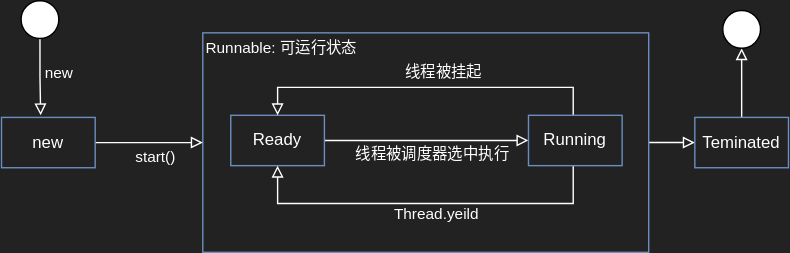
Before: drawio/ThreadState.svg, a diagram exported from draw.io (Stolorzs/Picgo). Source tidied: cells renumbered, new cells last; positions are measured from the earlier drawing's top-left corner, leaving out a move shared by most shapes.
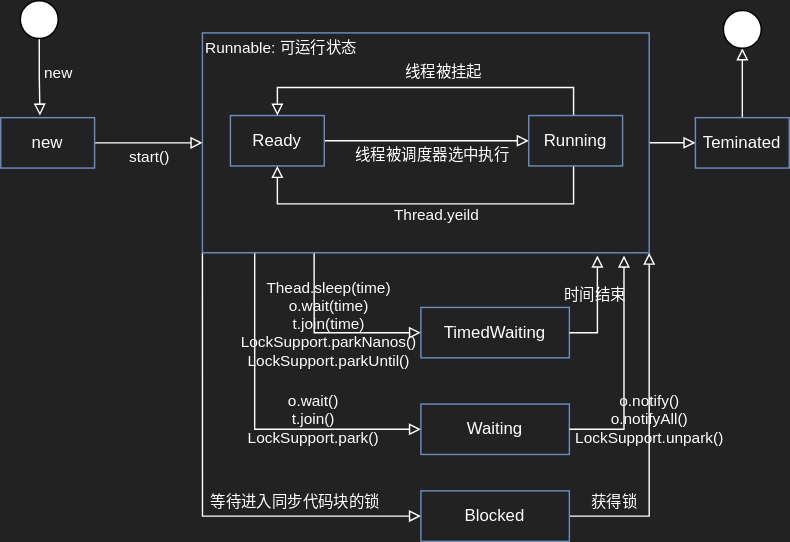
The same diagram one commit later.

Diff of the diagram source:
```diff
@@ -5,6 +5,38 @@
     <mxCell id="2" style="edgeStyle=orthogonalEdgeStyle;shape=connector;rounded=0;jettySize=auto;html=1;strokeColor=#FFFFFF;align=center;verticalAlign=middle;fontFamily=Helvetica;fontSize=11;fontColor=#FFFFFF;labelBackgroundColor=none;endArrow=block;endFill=0;" parent="1" edge="1" source="3" target="19">
       <mxGeometry relative="1" as="geometry" />
     </mxCell>
+    <mxCell id="22" style="edgeStyle=orthogonalEdgeStyle;shape=connector;rounded=0;jettySize=auto;html=1;exitX=0.25;exitY=1;exitDx=0;exitDy=0;strokeColor=#FFFFFF;align=center;verticalAlign=middle;fontFamily=Helvetica;fontSize=11;fontColor=#FFFFFF;labelBackgroundColor=none;endArrow=block;endFill=0;" parent="1" edge="1" source="3" target="28">
+      <mxGeometry relative="1" as="geometry">
+        <Array as="points">
+          <mxPoint x="224" y="237" />
+        </Array>
+      </mxGeometry>
+    </mxCell>
+    <mxCell id="23" value="Thead.sleep(time)&lt;div&gt;o.wait(time)&lt;/div&gt;&lt;div&gt;t.join(time)&lt;/div&gt;&lt;div&gt;LockSupport.parkNanos()&lt;/div&gt;&lt;div&gt;LockSupport.parkUntil()&lt;/div&gt;" style="edgeLabel;html=1;align=center;verticalAlign=middle;fontFamily=Helvetica;fontSize=11;fontColor=#FFFFFF;labelBackgroundColor=none;fillColor=none;gradientColor=none;" parent="22" vertex="1">
+      <mxGeometry x="0.18" relative="1" as="geometry">
+        <mxPoint x="-12" y="-6" as="offset" />
+      </mxGeometry>
+    </mxCell>
+    <mxCell id="24" style="edgeStyle=orthogonalEdgeStyle;shape=connector;rounded=0;jettySize=auto;html=1;exitX=0.117;exitY=1;exitDx=0;exitDy=0;entryX=0;entryY=0.5;entryDx=0;entryDy=0;strokeColor=#FFFFFF;align=center;verticalAlign=middle;fontFamily=Helvetica;fontSize=11;fontColor=#FFFFFF;labelBackgroundColor=none;endArrow=block;endFill=0;exitPerimeter=0;" parent="1" edge="1" source="3" target="29">
+      <mxGeometry relative="1" as="geometry">
+        <Array as="points">
+          <mxPoint x="181" y="306" />
+        </Array>
+      </mxGeometry>
+    </mxCell>
+    <mxCell id="25" value="o.wait()&lt;div&gt;t.join()&lt;/div&gt;&lt;div&gt;LockSupport.park()&lt;/div&gt;" style="edgeLabel;html=1;align=center;verticalAlign=middle;fontFamily=Helvetica;fontSize=11;fontColor=#FFFFFF;labelBackgroundColor=none;fillColor=none;gradientColor=none;" parent="24" vertex="1">
+      <mxGeometry x="0.37" y="-2" relative="1" as="geometry">
+        <mxPoint y="-9" as="offset" />
+      </mxGeometry>
+    </mxCell>
+    <mxCell id="26" style="edgeStyle=orthogonalEdgeStyle;shape=connector;rounded=0;jettySize=auto;html=1;exitX=0;exitY=1;exitDx=0;exitDy=0;entryX=0;entryY=0.5;entryDx=0;entryDy=0;strokeColor=#FFFFFF;align=center;verticalAlign=middle;fontFamily=Helvetica;fontSize=11;fontColor=#FFFFFF;labelBackgroundColor=none;endArrow=block;endFill=0;" parent="1" edge="1" source="3" target="32">
+      <mxGeometry relative="1" as="geometry" />
+    </mxCell>
+    <mxCell id="27" value="等待进入同步代码块的锁" style="edgeLabel;html=1;align=center;verticalAlign=middle;fontFamily=Helvetica;fontSize=11;fontColor=#FFFFFF;labelBackgroundColor=none;fillColor=none;gradientColor=none;" parent="26" vertex="1">
+      <mxGeometry x="0.34" y="-2" relative="1" as="geometry">
+        <mxPoint x="23" y="-12" as="offset" />
+      </mxGeometry>
+    </mxCell>
     <mxCell id="3" style="rounded=0;whiteSpace=wrap;html=1;fillColor=none;strokeColor=#6c8ebf;" parent="1" vertex="1">
       <mxGeometry x="144" y="23" width="319" height="157" as="geometry" />
     </mxCell>
@@ -13,7 +45,7 @@
     </mxCell>
     <mxCell id="5" value="start()" style="edgeLabel;html=1;align=center;verticalAlign=middle;fontFamily=Helvetica;fontSize=11;fontColor=#FFFFFF;labelBackgroundColor=none;" parent="4" vertex="1">
       <mxGeometry x="0.11" relative="1" as="geometry">
-        <mxPoint y="10" as="offset" />
+        <mxPoint x="-4" y="10" as="offset" />
       </mxGeometry>
     </mxCell>
     <mxCell id="6" value="&lt;font color=&quot;#ffffff&quot;&gt;new&lt;/font&gt;" style="rounded=0;whiteSpace=wrap;html=1;fillColor=none;strokeColor=#6c8ebf;" parent="1" vertex="1">
@@ -90,5 +122,50 @@
         <mxPoint x="-4" y="-22" as="offset" />
       </mxGeometry>
     </mxCell>
+    <mxCell id="28" value="&lt;font color=&quot;#ffffff&quot;&gt;TimedWaiting&lt;/font&gt;" style="rounded=0;whiteSpace=wrap;html=1;fillColor=none;strokeColor=#6c8ebf;" parent="1" vertex="1">
+      <mxGeometry x="300" y="219" width="106" height="36" as="geometry" />
+    </mxCell>
+    <mxCell id="29" value="&lt;font color=&quot;#ffffff&quot;&gt;&lt;span style=&quot;caret-color: rgb(255, 255, 255);&quot;&gt;Waiting&lt;/span&gt;&lt;/font&gt;" style="rounded=0;whiteSpace=wrap;html=1;fillColor=none;strokeColor=#6c8ebf;" parent="1" vertex="1">
+      <mxGeometry x="300" y="288" width="106" height="36" as="geometry" />
+    </mxCell>
+    <mxCell id="30" style="edgeStyle=orthogonalEdgeStyle;shape=connector;rounded=0;jettySize=auto;html=1;entryX=1;entryY=1;entryDx=0;entryDy=0;strokeColor=#FFFFFF;align=center;verticalAlign=middle;fontFamily=Helvetica;fontSize=11;fontColor=#FFFFFF;labelBackgroundColor=none;endArrow=block;endFill=0;exitX=1;exitY=0.5;exitDx=0;exitDy=0;" parent="1" edge="1" source="32" target="3">
+      <mxGeometry relative="1" as="geometry">
+        <Array as="points">
+          <mxPoint x="463" y="368" />
+        </Array>
+      </mxGeometry>
+    </mxCell>
+    <mxCell id="31" value="获得锁" style="edgeLabel;html=1;align=center;verticalAlign=middle;fontFamily=Helvetica;fontSize=11;fontColor=#FFFFFF;labelBackgroundColor=none;fillColor=none;gradientColor=none;" parent="30" vertex="1">
+      <mxGeometry x="-0.74" y="1" relative="1" as="geometry">
+        <mxPoint x="-1" y="-9" as="offset" />
+      </mxGeometry>
+    </mxCell>
+    <mxCell id="32" value="&lt;font color=&quot;#ffffff&quot;&gt;&lt;span style=&quot;caret-color: rgb(255, 255, 255);&quot;&gt;Blocked&lt;/span&gt;&lt;/font&gt;" style="rounded=0;whiteSpace=wrap;html=1;fillColor=none;strokeColor=#6c8ebf;" parent="1" vertex="1">
+      <mxGeometry x="300" y="350" width="106" height="36" as="geometry" />
+    </mxCell>
+    <mxCell id="33" style="edgeStyle=orthogonalEdgeStyle;shape=connector;rounded=0;jettySize=auto;html=1;strokeColor=#FFFFFF;align=center;verticalAlign=middle;fontFamily=Helvetica;fontSize=11;fontColor=#FFFFFF;labelBackgroundColor=none;endArrow=block;endFill=0;" parent="1" edge="1" source="28">
+      <mxGeometry relative="1" as="geometry">
+        <mxPoint x="426" y="182" as="targetPoint" />
+        <Array as="points">
+          <mxPoint x="426" y="237" />
+        </Array>
+      </mxGeometry>
+    </mxCell>
+    <mxCell id="34" value="时间结束" style="edgeLabel;html=1;align=center;verticalAlign=middle;fontFamily=Helvetica;fontSize=11;fontColor=#FFFFFF;labelBackgroundColor=none;fillColor=none;gradientColor=none;" parent="33" vertex="1">
+      <mxGeometry x="0.26" y="2" relative="1" as="geometry" />
+    </mxCell>
+    <mxCell id="35" style="edgeStyle=orthogonalEdgeStyle;shape=connector;rounded=0;jettySize=auto;html=1;strokeColor=#FFFFFF;align=center;verticalAlign=middle;fontFamily=Helvetica;fontSize=11;fontColor=#FFFFFF;labelBackgroundColor=none;endArrow=block;endFill=0;" parent="1" edge="1" source="29">
+      <mxGeometry relative="1" as="geometry">
+        <mxPoint x="445" y="182" as="targetPoint" />
+        <Array as="points">
+          <mxPoint x="445" y="306" />
+        </Array>
+      </mxGeometry>
+    </mxCell>
+    <mxCell id="36" value="o.notify()&lt;div&gt;o.notifyAll()&lt;/div&gt;&lt;div&gt;LockSupport.unpark()&lt;/div&gt;" style="edgeLabel;html=1;align=center;verticalAlign=middle;fontFamily=Helvetica;fontSize=11;fontColor=#FFFFFF;labelBackgroundColor=none;fillColor=none;gradientColor=none;" parent="35" vertex="1">
+      <mxGeometry x="0.02" y="-1" relative="1" as="geometry">
+        <mxPoint x="17" y="37" as="offset" />
+      </mxGeometry>
+    </mxCell>
   </root>
 </mxGraphModel>
```
